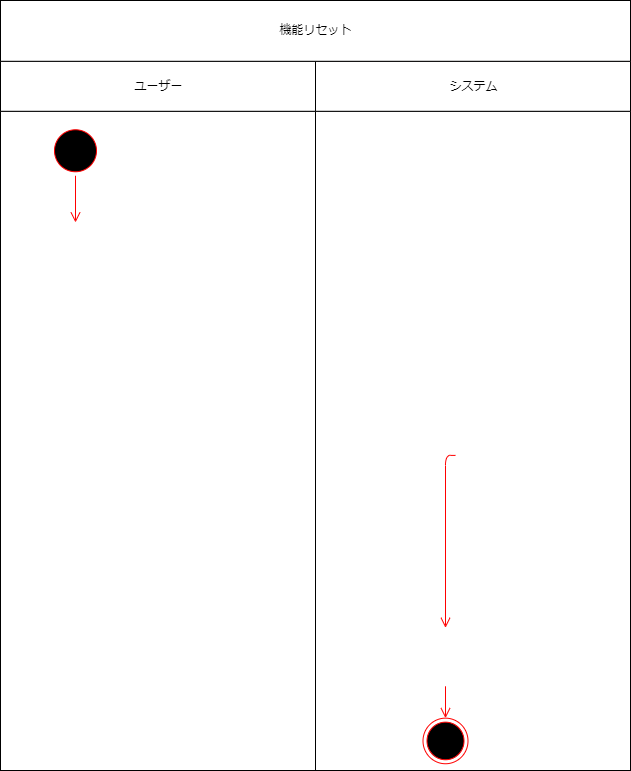
masaki1234567/psp4 keeps this draw.io diagram as 振る舞い図/アクティビティ図/アクティビティ図＿機能リセット.drawio.png. Above is the earlier version. Source tidied: cells renumbered, new cells last; positions are measured from the earlier drawing's top-left corner, leaving out a move shared by most shapes. The source it was exported from:
```xml
<mxGraphModel>
  <root>
    <mxCell id="0" />
    <mxCell id="1" parent="0" />
    <mxCell id="2" style="group;" parent="1" vertex="1">
      <mxGeometry width="630" height="770" as="geometry" />
    </mxCell>
    <mxCell id="3" style="group;" parent="2" vertex="1">
      <mxGeometry y="60.8" width="630" height="709.2" as="geometry" />
    </mxCell>
    <mxCell id="4" style="group;" parent="3" vertex="1">
      <mxGeometry width="315" height="709.2" as="geometry" />
    </mxCell>
    <mxCell id="5" style="html=1;dashed=0;whitespace=wrap;" parent="4" vertex="1">
      <mxGeometry y="50" width="315" height="659.2" as="geometry" />
    </mxCell>
    <mxCell id="6" value="ユーザー" style="html=1;dashed=0;whitespace=wrap;" parent="4" vertex="1">
      <mxGeometry width="315" height="50" as="geometry" />
    </mxCell>
    <mxCell id="7" style="group;" parent="4" vertex="1">
      <mxGeometry x="50" y="75.2" width="50" height="128.9" as="geometry" />
    </mxCell>
    <mxCell id="8" style="ellipse;html=1;shape=startState;fillColor=#000000;strokeColor=#ff0000;" parent="7" vertex="1">
      <mxGeometry y="-10.7" width="50" height="50" as="geometry" />
    </mxCell>
    <mxCell id="9" style="edgeStyle=orthogonalEdgeStyle;html=1;verticalAlign=bottom;endArrow=open;endSize=8;strokeColor=#ff0000;entryX=0.25;entryY=0;entryDx=0;entryDy=0;" parent="4" edge="1" source="8">
      <mxGeometry relative="1" as="geometry">
        <mxPoint x="75" y="161.2" as="targetPoint" />
      </mxGeometry>
    </mxCell>
    <mxCell id="10" style="group;fillColor=none;fontColor=#ffffff;strokeColor=#6F0000;" parent="3" vertex="1">
      <mxGeometry x="315" width="315" height="709.2" as="geometry" />
    </mxCell>
    <mxCell id="11" style="html=1;dashed=0;whitespace=wrap;" parent="10" vertex="1">
      <mxGeometry y="50" width="315" height="659.2" as="geometry" />
    </mxCell>
    <mxCell id="12" value="システム" style="html=1;dashed=0;whitespace=wrap;" parent="10" vertex="1">
      <mxGeometry width="315" height="50" as="geometry" />
    </mxCell>
    <mxCell id="13" style="edgeStyle=orthogonalEdgeStyle;html=1;verticalAlign=bottom;endArrow=open;endSize=8;strokeColor=#ff0000;exitX=0.5;exitY=1;exitDx=0;exitDy=0;entryX=0.5;entryY=0;entryDx=0;entryDy=0;" parent="10" edge="1">
      <mxGeometry relative="1" as="geometry">
        <mxPoint x="140" y="394.1" as="sourcePoint" />
        <mxPoint x="130" y="566.6" as="targetPoint" />
      </mxGeometry>
    </mxCell>
    <mxCell id="14" style="ellipse;html=1;shape=endState;fillColor=#000000;strokeColor=#ff0000;" parent="10" vertex="1">
      <mxGeometry x="107.5" y="656.9" width="45" height="45.6" as="geometry" />
    </mxCell>
    <mxCell id="15" style="edgeStyle=orthogonalEdgeStyle;html=1;verticalAlign=bottom;endArrow=open;endSize=8;strokeColor=#ff0000;exitX=0.5;exitY=1;exitDx=0;exitDy=0;entryX=0.5;entryY=0;entryDx=0;entryDy=0;" parent="10" edge="1" target="14">
      <mxGeometry relative="1" as="geometry">
        <mxPoint x="130" y="625" as="sourcePoint" />
      </mxGeometry>
    </mxCell>
    <mxCell id="16" value="機能リセット" style="html=1;dashed=0;whitespace=wrap;" parent="2" vertex="1">
      <mxGeometry width="630" height="60.8" as="geometry" />
    </mxCell>
  </root>
</mxGraphModel>
```
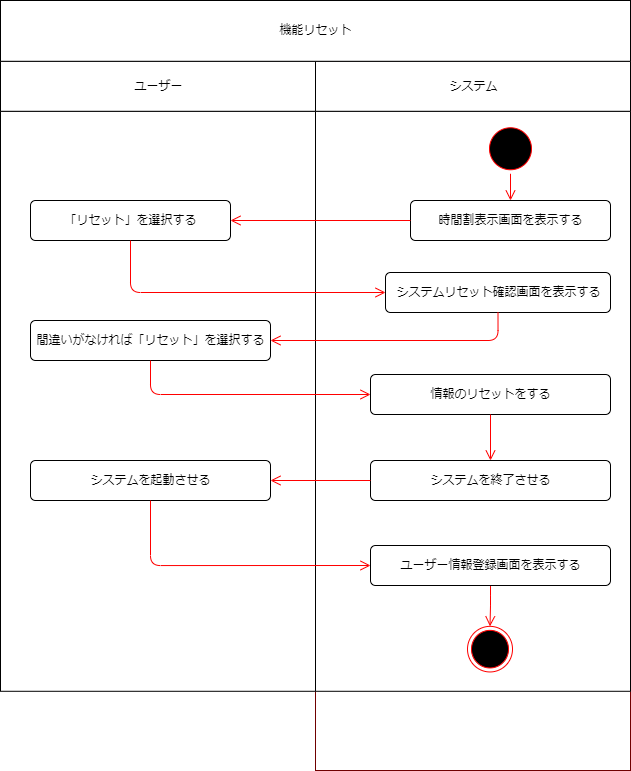
After the change.

Commit message:
機能リセットアクティビティ図完成

The edit, as a diff of the source:
```diff
@@ -12,45 +12,80 @@
       <mxGeometry width="315" height="709.2" as="geometry" />
     </mxCell>
     <mxCell id="5" style="html=1;dashed=0;whitespace=wrap;" parent="4" vertex="1">
-      <mxGeometry y="50" width="315" height="659.2" as="geometry" />
+      <mxGeometry y="50" width="315" height="580" as="geometry" />
     </mxCell>
     <mxCell id="6" value="ユーザー" style="html=1;dashed=0;whitespace=wrap;" parent="4" vertex="1">
       <mxGeometry width="315" height="50" as="geometry" />
     </mxCell>
-    <mxCell id="7" style="group;" parent="4" vertex="1">
-      <mxGeometry x="50" y="75.2" width="50" height="128.9" as="geometry" />
-    </mxCell>
-    <mxCell id="8" style="ellipse;html=1;shape=startState;fillColor=#000000;strokeColor=#ff0000;" parent="7" vertex="1">
-      <mxGeometry y="-10.7" width="50" height="50" as="geometry" />
-    </mxCell>
-    <mxCell id="9" style="edgeStyle=orthogonalEdgeStyle;html=1;verticalAlign=bottom;endArrow=open;endSize=8;strokeColor=#ff0000;entryX=0.25;entryY=0;entryDx=0;entryDy=0;" parent="4" edge="1" source="8">
-      <mxGeometry relative="1" as="geometry">
-        <mxPoint x="75" y="161.2" as="targetPoint" />
-      </mxGeometry>
-    </mxCell>
+    <mxCell id="17" value="「リセット」を選択する" style="html=1;align=center;verticalAlign=middle;rounded=1;absoluteArcSize=1;arcSize=10;dashed=0;" parent="4" vertex="1">
+      <mxGeometry x="30" y="139.2" width="200" height="40" as="geometry" />
+    </mxCell>
+    <mxCell id="18" value="間違いがなければ「リセット」を選択する" style="html=1;align=center;verticalAlign=middle;rounded=1;absoluteArcSize=1;arcSize=10;dashed=0;" parent="4" vertex="1">
+      <mxGeometry x="30" y="259.2" width="240" height="40" as="geometry" />
+    </mxCell>
+    <mxCell id="19" value="システムを起動させる" style="html=1;align=center;verticalAlign=middle;rounded=1;absoluteArcSize=1;arcSize=10;dashed=0;" parent="4" vertex="1">
+      <mxGeometry x="30" y="399.2" width="240" height="40" as="geometry" />
+    </mxCell>
     <mxCell id="10" style="group;fillColor=none;fontColor=#ffffff;strokeColor=#6F0000;" parent="3" vertex="1">
       <mxGeometry x="315" width="315" height="709.2" as="geometry" />
     </mxCell>
     <mxCell id="11" style="html=1;dashed=0;whitespace=wrap;" parent="10" vertex="1">
-      <mxGeometry y="50" width="315" height="659.2" as="geometry" />
+      <mxGeometry y="50" width="315" height="580" as="geometry" />
     </mxCell>
     <mxCell id="12" value="システム" style="html=1;dashed=0;whitespace=wrap;" parent="10" vertex="1">
       <mxGeometry width="315" height="50" as="geometry" />
     </mxCell>
-    <mxCell id="13" style="edgeStyle=orthogonalEdgeStyle;html=1;verticalAlign=bottom;endArrow=open;endSize=8;strokeColor=#ff0000;exitX=0.5;exitY=1;exitDx=0;exitDy=0;entryX=0.5;entryY=0;entryDx=0;entryDy=0;" parent="10" edge="1">
-      <mxGeometry relative="1" as="geometry">
-        <mxPoint x="140" y="394.1" as="sourcePoint" />
-        <mxPoint x="130" y="566.6" as="targetPoint" />
-      </mxGeometry>
-    </mxCell>
     <mxCell id="14" style="ellipse;html=1;shape=endState;fillColor=#000000;strokeColor=#ff0000;" parent="10" vertex="1">
-      <mxGeometry x="107.5" y="656.9" width="45" height="45.6" as="geometry" />
+      <mxGeometry x="152" y="565.1" width="45" height="45.6" as="geometry" />
     </mxCell>
-    <mxCell id="15" style="edgeStyle=orthogonalEdgeStyle;html=1;verticalAlign=bottom;endArrow=open;endSize=8;strokeColor=#ff0000;exitX=0.5;exitY=1;exitDx=0;exitDy=0;entryX=0.5;entryY=0;entryDx=0;entryDy=0;" parent="10" edge="1" target="14">
-      <mxGeometry relative="1" as="geometry">
-        <mxPoint x="130" y="625" as="sourcePoint" />
-      </mxGeometry>
+    <mxCell id="15" style="edgeStyle=orthogonalEdgeStyle;html=1;verticalAlign=bottom;endArrow=open;endSize=8;strokeColor=#ff0000;exitX=0.5;exitY=1;exitDx=0;exitDy=0;entryX=0.5;entryY=0;entryDx=0;entryDy=0;" parent="10" edge="1" source="25" target="14">
+      <mxGeometry relative="1" as="geometry" />
     </mxCell>
+    <mxCell id="7" style="group;" parent="10" vertex="1">
+      <mxGeometry x="205" y="75.2" width="50" height="128.9" as="geometry" />
+    </mxCell>
+    <mxCell id="8" style="ellipse;html=1;shape=startState;fillColor=#000000;strokeColor=#ff0000;" parent="7" vertex="1">
+      <mxGeometry x="-35" y="-12.7" width="50" height="50" as="geometry" />
+    </mxCell>
+    <mxCell id="20" value="時間割表示画面を表示する" style="html=1;align=center;verticalAlign=middle;rounded=1;absoluteArcSize=1;arcSize=10;dashed=0;" parent="10" vertex="1">
+      <mxGeometry x="95" y="139.2" width="200" height="40" as="geometry" />
+    </mxCell>
+    <mxCell id="9" style="edgeStyle=orthogonalEdgeStyle;html=1;verticalAlign=bottom;endArrow=open;endSize=8;strokeColor=#ff0000;entryX=0.5;entryY=0;entryDx=0;entryDy=0;" parent="10" edge="1" source="8" target="20">
+      <mxGeometry relative="1" as="geometry" />
+    </mxCell>
+    <mxCell id="21" value="システムリセット確認画面を表示する" style="html=1;align=center;verticalAlign=middle;rounded=1;absoluteArcSize=1;arcSize=10;dashed=0;" parent="10" vertex="1">
+      <mxGeometry x="70" y="211.2" width="225" height="40" as="geometry" />
+    </mxCell>
+    <mxCell id="22" value="情報のリセットをする" style="html=1;align=center;verticalAlign=middle;rounded=1;absoluteArcSize=1;arcSize=10;dashed=0;" parent="10" vertex="1">
+      <mxGeometry x="55" y="313.2" width="240" height="40" as="geometry" />
+    </mxCell>
+    <mxCell id="23" value="システムを終了させる" style="html=1;align=center;verticalAlign=middle;rounded=1;absoluteArcSize=1;arcSize=10;dashed=0;" parent="10" vertex="1">
+      <mxGeometry x="55" y="399.2" width="240" height="40" as="geometry" />
+    </mxCell>
+    <mxCell id="24" style="edgeStyle=orthogonalEdgeStyle;html=1;verticalAlign=bottom;endArrow=open;endSize=8;strokeColor=#ff0000;entryX=0.5;entryY=0;entryDx=0;entryDy=0;exitX=0.5;exitY=1;exitDx=0;exitDy=0;" parent="10" edge="1" source="22" target="23">
+      <mxGeometry relative="1" as="geometry" />
+    </mxCell>
+    <mxCell id="25" value="ユーザー情報登録画面を表示する" style="html=1;align=center;verticalAlign=middle;rounded=1;absoluteArcSize=1;arcSize=10;dashed=0;" parent="10" vertex="1">
+      <mxGeometry x="55" y="484.2" width="240" height="40" as="geometry" />
+    </mxCell>
+    <mxCell id="26" style="edgeStyle=orthogonalEdgeStyle;html=1;verticalAlign=bottom;endArrow=open;endSize=8;strokeColor=#ff0000;entryX=1;entryY=0.5;entryDx=0;entryDy=0;exitX=0;exitY=0.5;exitDx=0;exitDy=0;" parent="3" edge="1" source="20" target="17">
+      <mxGeometry relative="1" as="geometry" />
+    </mxCell>
+    <mxCell id="27" style="edgeStyle=orthogonalEdgeStyle;html=1;verticalAlign=bottom;endArrow=open;endSize=8;strokeColor=#ff0000;entryX=0;entryY=0.5;entryDx=0;entryDy=0;exitX=0.5;exitY=1;exitDx=0;exitDy=0;" parent="3" edge="1" source="17" target="21">
+      <mxGeometry relative="1" as="geometry" />
+    </mxCell>
+    <mxCell id="28" style="edgeStyle=orthogonalEdgeStyle;html=1;verticalAlign=bottom;endArrow=open;endSize=8;strokeColor=#ff0000;entryX=1;entryY=0.5;entryDx=0;entryDy=0;exitX=0.5;exitY=1;exitDx=0;exitDy=0;" parent="3" edge="1" source="21" target="18">
+      <mxGeometry relative="1" as="geometry" />
+    </mxCell>
+    <mxCell id="29" style="edgeStyle=orthogonalEdgeStyle;html=1;verticalAlign=bottom;endArrow=open;endSize=8;strokeColor=#ff0000;entryX=0;entryY=0.5;entryDx=0;entryDy=0;exitX=0.5;exitY=1;exitDx=0;exitDy=0;" parent="3" edge="1" source="18" target="22">
+      <mxGeometry relative="1" as="geometry" />
+    </mxCell>
+    <mxCell id="30" style="edgeStyle=orthogonalEdgeStyle;html=1;verticalAlign=bottom;endArrow=open;endSize=8;strokeColor=#ff0000;entryX=1;entryY=0.5;entryDx=0;entryDy=0;exitX=0;exitY=0.5;exitDx=0;exitDy=0;" parent="3" edge="1" source="23" target="19">
+      <mxGeometry relative="1" as="geometry" />
+    </mxCell>
+    <mxCell id="31" style="edgeStyle=orthogonalEdgeStyle;html=1;verticalAlign=bottom;endArrow=open;endSize=8;strokeColor=#ff0000;entryX=0;entryY=0.5;entryDx=0;entryDy=0;exitX=0.5;exitY=1;exitDx=0;exitDy=0;" parent="3" edge="1" source="19" target="25">
+      <mxGeometry relative="1" as="geometry" />
+    </mxCell>
     <mxCell id="16" value="機能リセット" style="html=1;dashed=0;whitespace=wrap;" parent="2" vertex="1">
       <mxGeometry width="630" height="60.8" as="geometry" />
     </mxCell>
```
